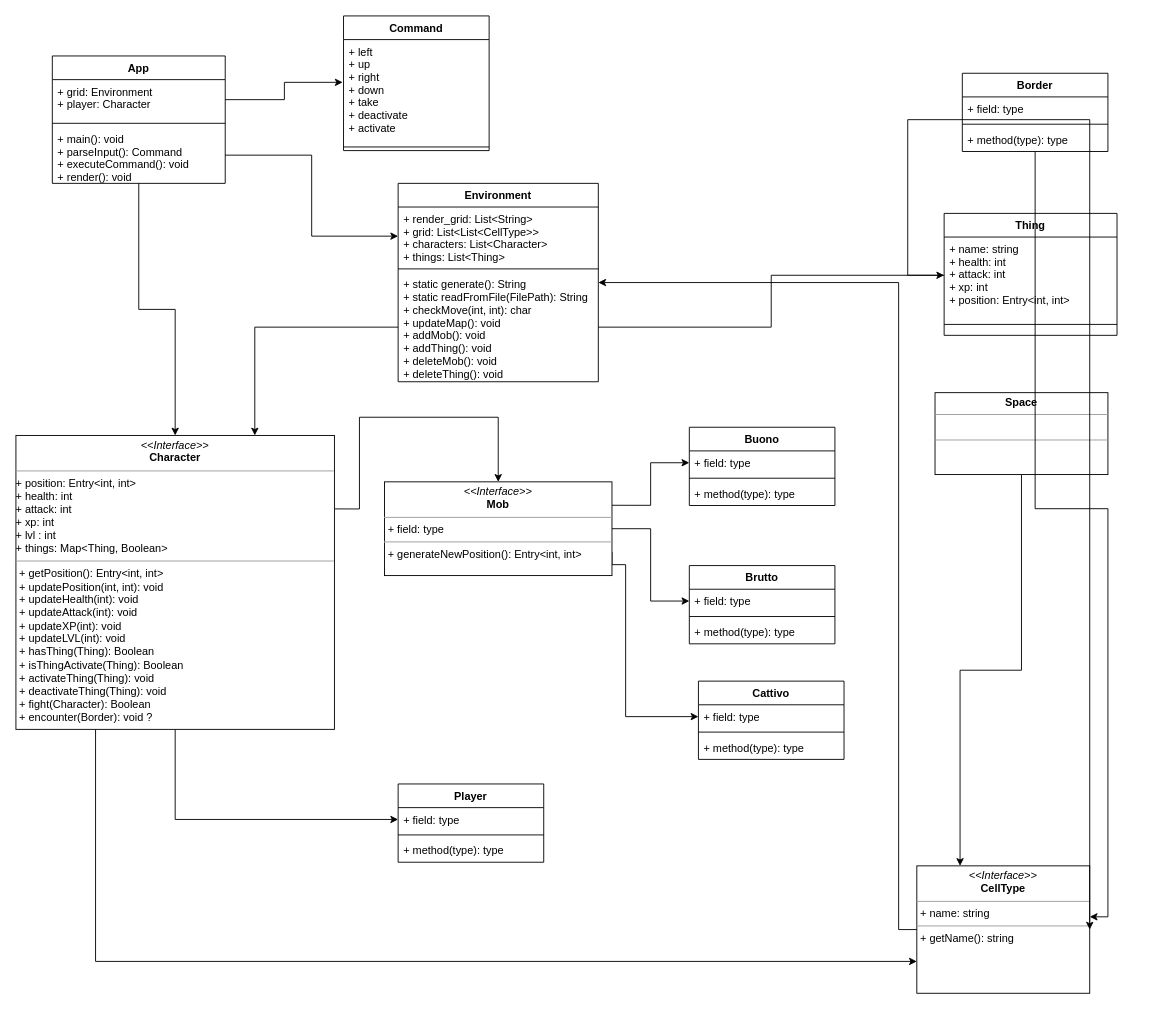
Earlier version of the draw.io diagram docs/src/classDiagram.drawio (RAF96/au-2019-Roguelike). Source tidied: cells renumbered, new cells numbered last; positions are measured from the earlier drawing's top-left corner, leaving out a move shared by most shapes. Both pictures are drawn from the tidied source at 91%, with x=0, y=0 at pixel (15, 15).
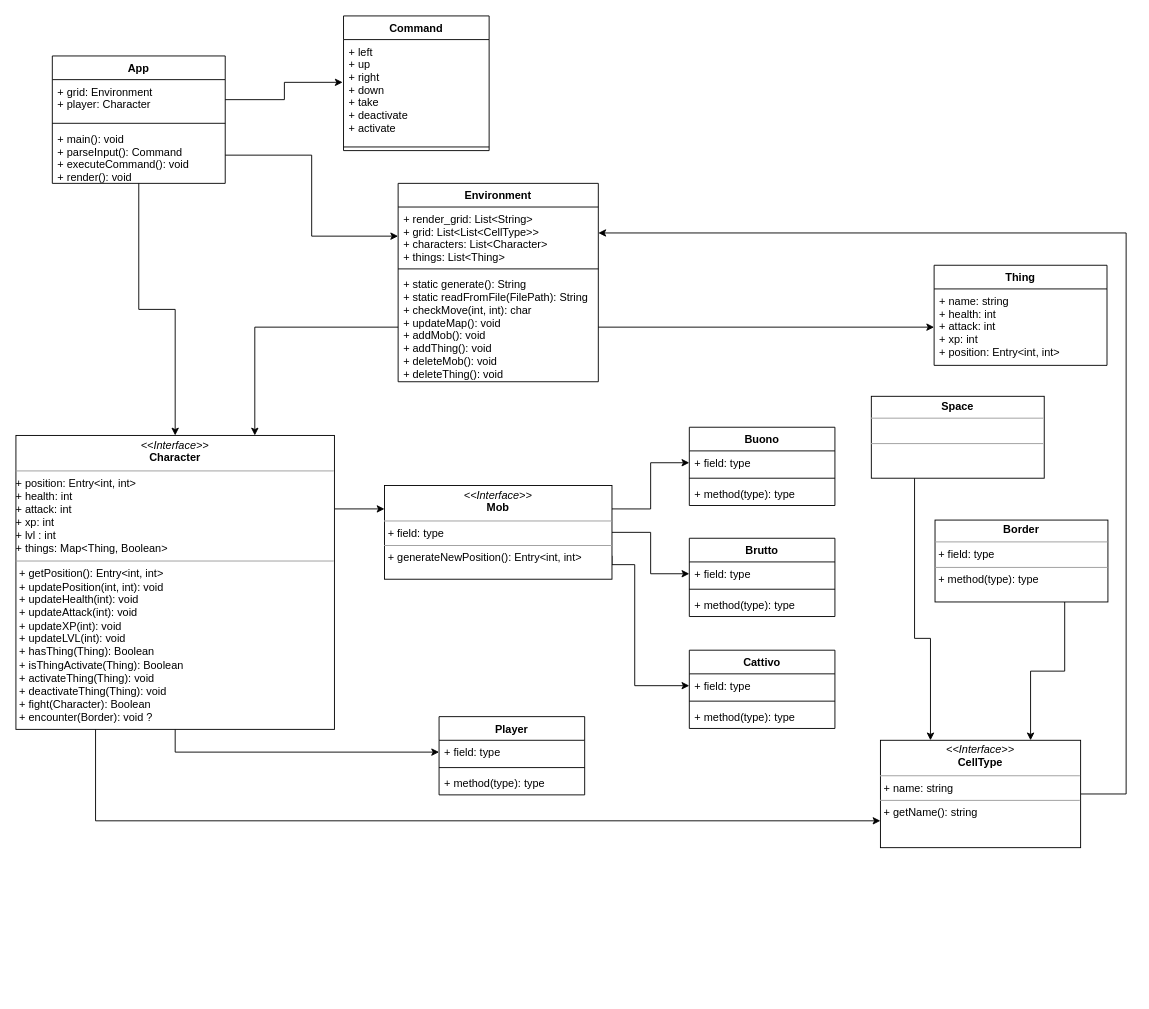
Above is the later version.

The change refers to these unchanged cells:
```xml
<mxCell id="11" value="Environment" style="swimlane;fontStyle=1;align=center;verticalAlign=top;horizontal=1;startSize=26;" parent="1" vertex="1">
  <mxGeometry x="420" y="184" width="220" height="218" as="geometry" />
</mxCell>
<mxCell id="14" value="+ static generate(): String&#10;+ static readFromFile(FilePath): String&#10;+ checkMove(int, int): char&#10;+ updateMap(): void&#10;+ addMob(): void&#10;+ addThing(): void&#10;+ deleteMob(): void&#10;+ deleteThing(): void&#10;" style="text;strokeColor=none;fillColor=none;align=left;verticalAlign=top;spacingLeft=4;spacingRight=4;overflow=hidden;points=[[0,0.5],[1,0.5]];portConstraint=eastwest;" parent="11" vertex="1">
  <mxGeometry y="98" width="220" height="120" as="geometry" />
</mxCell>
<mxCell id="18" value="&lt;p style=&quot;margin: 0px ; margin-top: 4px ; text-align: center&quot;&gt;&lt;i&gt;&amp;lt;&amp;lt;Interface&amp;gt;&amp;gt;&lt;/i&gt;&lt;br&gt;&lt;b&gt;Character&lt;/b&gt;&lt;/p&gt;&lt;hr size=&quot;1&quot;&gt;&lt;div&gt;+ position: Entry&amp;lt;int, int&amp;gt;&lt;/div&gt;&lt;div&gt;+ health: int&lt;/div&gt;&lt;div&gt;+ attack: int&lt;br&gt;&lt;/div&gt;&lt;div&gt;+ xp: int&lt;/div&gt;&lt;div&gt;+ lvl : int&lt;/div&gt;&lt;div&gt;+ things: Map&amp;lt;Thing, Boolean&amp;gt;&lt;/div&gt;&lt;hr size=&quot;1&quot;&gt;&lt;p style=&quot;margin: 0px ; margin-left: 4px&quot;&gt;+ getPosition(): Entry&amp;lt;int, int&amp;gt;&lt;br&gt;&lt;/p&gt;&lt;p style=&quot;margin: 0px ; margin-left: 4px&quot;&gt;+ updatePosition(int, int): void&lt;/p&gt;&lt;p style=&quot;margin: 0px ; margin-left: 4px&quot;&gt;+ updateHealth(int): void&lt;/p&gt;&lt;p style=&quot;margin: 0px ; margin-left: 4px&quot;&gt;+ updateAttack(int): void&lt;/p&gt;&lt;p style=&quot;margin: 0px ; margin-left: 4px&quot;&gt;+ updateXP(int): void&lt;/p&gt;&lt;p style=&quot;margin: 0px ; margin-left: 4px&quot;&gt;+ updateLVL(int): void&lt;/p&gt;&lt;p style=&quot;margin: 0px ; margin-left: 4px&quot;&gt;+ hasThing(Thing): Boolean&lt;/p&gt;&lt;p style=&quot;margin: 0px ; margin-left: 4px&quot;&gt;+ isThingActivate(Thing): Boolean&lt;/p&gt;&lt;p style=&quot;margin: 0px ; margin-left: 4px&quot;&gt;+ activateThing(Thing): void&lt;/p&gt;&lt;p style=&quot;margin: 0px ; margin-left: 4px&quot;&gt;+ deactivateThing(Thing): void&lt;br&gt;&lt;/p&gt;&lt;p style=&quot;margin: 0px ; margin-left: 4px&quot;&gt;+ fight(Character): Boolean&lt;br&gt;&lt;/p&gt;&lt;p style=&quot;margin: 0px ; margin-left: 4px&quot;&gt;+ encounter(Border): void ?&lt;/p&gt;&lt;p style=&quot;margin: 0px ; margin-left: 4px&quot;&gt;&lt;br&gt;&lt;/p&gt;" style="verticalAlign=top;align=left;overflow=fill;fontSize=12;fontFamily=Helvetica;html=1;" parent="1" vertex="1">
  <mxGeometry y="461" width="350" height="323" as="geometry" />
</mxCell>
<mxCell id="35" value="+ field: type" style="text;strokeColor=none;fillColor=none;align=left;verticalAlign=top;spacingLeft=4;spacingRight=4;overflow=hidden;points=[[0,0.5],[1,0.5]];portConstraint=eastwest;" parent="34" vertex="1">
  <mxGeometry y="26" width="160" height="26" as="geometry" />
</mxCell>
<mxCell id="41" value="+ name: string&#10;+ health: int&#10;+ attack: int&#10;+ xp: int&#10;+ position: Entry&lt;int, int&gt;" style="text;strokeColor=none;fillColor=none;align=left;verticalAlign=top;spacingLeft=4;spacingRight=4;overflow=hidden;points=[[0,0.5],[1,0.5]];portConstraint=eastwest;" parent="40" vertex="1">
  <mxGeometry y="26" width="190" height="84" as="geometry" />
</mxCell>
```

The edit, as a diff of the source:
```diff
@@
     <mxCell id="2" value="Player" style="swimlane;fontStyle=1;align=center;verticalAlign=top;horizontal=1;startSize=26;" parent="1" vertex="1">
-      <mxGeometry x="420" y="844" width="160" height="86" as="geometry" />
+      <mxGeometry x="465" y="770" width="160" height="86" as="geometry" />
     </mxCell>
@@
+    <mxCell id="17" style="edgeStyle=orthogonalEdgeStyle;rounded=0;jettySize=auto;html=1;exitX=0.25;exitY=1;exitDx=0;exitDy=0;entryX=0;entryY=0.75;entryDx=0;entryDy=0;" parent="1" edge="1" source="18" target="48">
+      <mxGeometry relative="1" as="geometry" />
+    </mxCell>
-    <mxCell id="16" style="edgeStyle=orthogonalEdgeStyle;rounded=0;jettySize=auto;html=1;exitX=1;exitY=0.25;exitDx=0;exitDy=0;entryX=0.5;entryY=0;entryDx=0;entryDy=0;" parent="1" edge="1" source="18" target="25">
+    <mxCell id="16" style="edgeStyle=orthogonalEdgeStyle;rounded=0;jettySize=auto;html=1;exitX=1;exitY=0.25;exitDx=0;exitDy=0;entryX=0;entryY=0.25;entryDx=0;entryDy=0;" parent="1" edge="1" source="18" target="25">
       <mxGeometry relative="1" as="geometry" />
     </mxCell>
-    <mxCell id="17" style="edgeStyle=orthogonalEdgeStyle;rounded=0;jettySize=auto;html=1;exitX=0.25;exitY=1;exitDx=0;exitDy=0;entryX=0;entryY=0.75;entryDx=0;entryDy=0;" parent="1" edge="1" source="18" target="48">
-      <mxGeometry relative="1" as="geometry" />
-    </mxCell>
@@
     <mxCell id="24" style="edgeStyle=orthogonalEdgeStyle;rounded=0;jettySize=auto;html=1;exitX=1;exitY=0.75;exitDx=0;exitDy=0;entryX=0;entryY=0.5;entryDx=0;entryDy=0;" parent="1" edge="1" source="25" target="35">
       <mxGeometry relative="1" as="geometry">
         <Array as="points">
           <mxPoint x="655" y="603" />
-          <mxPoint x="670" y="603" />
-          <mxPoint x="670" y="770" />
+          <mxPoint x="680" y="603" />
+          <mxPoint x="680" y="736" />
         </Array>
       </mxGeometry>
     </mxCell>
     <mxCell id="25" value="&lt;p style=&quot;margin: 0px ; margin-top: 4px ; text-align: center&quot;&gt;&lt;i&gt;&amp;lt;&amp;lt;Interface&amp;gt;&amp;gt;&lt;/i&gt;&lt;br&gt;&lt;b&gt;Mob&lt;/b&gt;&lt;/p&gt;&lt;hr size=&quot;1&quot;&gt;&lt;p style=&quot;margin: 0px ; margin-left: 4px&quot;&gt;+ field: type&lt;br&gt;&lt;/p&gt;&lt;hr size=&quot;1&quot;&gt;&lt;p style=&quot;margin: 0px ; margin-left: 4px&quot;&gt;+ generateNewPosition(): Entry&amp;lt;int, int&amp;gt;&lt;/p&gt;" style="verticalAlign=top;align=left;overflow=fill;fontSize=12;fontFamily=Helvetica;html=1;" parent="1" vertex="1">
-      <mxGeometry x="405" y="512" width="250" height="103" as="geometry" />
+      <mxGeometry x="405" y="516" width="250" height="103" as="geometry" />
     </mxCell>
@@
     <mxCell id="30" value="Brutto" style="swimlane;fontStyle=1;align=center;verticalAlign=top;horizontal=1;startSize=26;" parent="1" vertex="1">
-      <mxGeometry x="740" y="604" width="160" height="86" as="geometry" />
+      <mxGeometry x="740" y="574" width="160" height="86" as="geometry" />
     </mxCell>
@@
     <mxCell id="34" value="Cattivo" style="swimlane;fontStyle=1;align=center;verticalAlign=top;horizontal=1;startSize=26;" parent="1" vertex="1">
-      <mxGeometry x="750" y="731" width="160" height="86" as="geometry" />
+      <mxGeometry x="740" y="697" width="160" height="86" as="geometry" />
     </mxCell>
@@
     <mxCell id="40" value="Thing" style="swimlane;fontStyle=1;align=center;verticalAlign=top;horizontal=1;startSize=26;" parent="1" vertex="1">
-      <mxGeometry x="1020" y="217" width="190" height="134" as="geometry" />
+      <mxGeometry x="1009" y="274" width="190" height="110" as="geometry" />
     </mxCell>
@@
     <mxCell id="42" style="line;strokeWidth=1;fillColor=none;align=left;verticalAlign=middle;spacingTop=-1;spacingLeft=3;spacingRight=3;labelPosition=right;" parent="40" vertex="1">
-      <mxGeometry y="110" width="190" height="24" as="geometry" />
+      <mxGeometry y="110" width="190" as="geometry" />
     </mxCell>
-    <mxCell id="43" style="edgeStyle=orthogonalEdgeStyle;rounded=0;jettySize=auto;html=1;entryX=0.25;entryY=0;entryDx=0;entryDy=0;" parent="1" edge="1" source="44" target="48">
-      <mxGeometry relative="1" as="geometry" />
+    <mxCell id="43" style="edgeStyle=orthogonalEdgeStyle;rounded=0;jettySize=auto;html=1;exitX=0.25;exitY=1;exitDx=0;exitDy=0;entryX=0.25;entryY=0;entryDx=0;entryDy=0;" parent="1" edge="1" source="44" target="48">
+      <mxGeometry relative="1" as="geometry">
+        <Array as="points">
+          <mxPoint x="988" y="684" />
+          <mxPoint x="1005" y="684" />
+        </Array>
+      </mxGeometry>
     </mxCell>
     <mxCell id="44" value="&lt;p style=&quot;margin: 0px ; margin-top: 4px ; text-align: center&quot;&gt;&lt;b&gt;Space&lt;/b&gt;&lt;/p&gt;&lt;hr size=&quot;1&quot;&gt;&lt;p style=&quot;margin: 0px ; margin-left: 4px&quot;&gt;&lt;br&gt;&lt;/p&gt;&lt;hr size=&quot;1&quot;&gt;&lt;p style=&quot;margin: 0px ; margin-left: 4px&quot;&gt;&lt;br&gt;&lt;/p&gt;" style="verticalAlign=top;align=left;overflow=fill;fontSize=12;fontFamily=Helvetica;html=1;" parent="1" vertex="1">
-      <mxGeometry x="1010" y="414" width="190" height="90" as="geometry" />
+      <mxGeometry x="940" y="418" width="190" height="90" as="geometry" />
     </mxCell>
@@
-    <mxCell id="46" style="edgeStyle=orthogonalEdgeStyle;rounded=0;jettySize=auto;html=1;exitX=1;exitY=0.5;exitDx=0;exitDy=0;entryX=0;entryY=0.5;entryDx=0;entryDy=0;" parent="1" edge="1" source="14" target="41">
-      <mxGeometry relative="1" as="geometry" />
-    </mxCell>
-    <mxCell id="47" style="edgeStyle=orthogonalEdgeStyle;rounded=0;jettySize=auto;html=1;" parent="1" edge="1" source="48" target="11">
+    <mxCell id="47" style="edgeStyle=orthogonalEdgeStyle;rounded=0;jettySize=auto;html=1;exitX=1;exitY=0.5;exitDx=0;exitDy=0;entryX=1;entryY=0.25;entryDx=0;entryDy=0;" parent="1" edge="1" source="48" target="11">
       <mxGeometry relative="1" as="geometry">
         <Array as="points">
-          <mxPoint x="970" y="1004" />
-          <mxPoint x="970" y="293" />
+          <mxPoint x="1220" y="855" />
+          <mxPoint x="1220" y="239" />
         </Array>
       </mxGeometry>
     </mxCell>
     <mxCell id="48" value="&lt;p style=&quot;margin: 0px ; margin-top: 4px ; text-align: center&quot;&gt;&lt;i&gt;&amp;lt;&amp;lt;Interface&amp;gt;&amp;gt;&lt;/i&gt;&lt;br&gt;&lt;b&gt;CellType&lt;/b&gt;&lt;/p&gt;&lt;hr size=&quot;1&quot;&gt;&lt;p style=&quot;margin: 0px ; margin-left: 4px&quot;&gt;+ name: string&lt;/p&gt;&lt;hr size=&quot;1&quot;&gt;&lt;p style=&quot;margin: 0px ; margin-left: 4px&quot;&gt;+ getName(): string&lt;/p&gt;" style="verticalAlign=top;align=left;overflow=fill;fontSize=12;fontFamily=Helvetica;html=1;" parent="1" vertex="1">
-      <mxGeometry x="990" y="934" width="190" height="140" as="geometry" />
+      <mxGeometry x="950" y="796" width="220" height="118" as="geometry" />
     </mxCell>
-    <mxCell id="49" style="edgeStyle=orthogonalEdgeStyle;rounded=0;jettySize=auto;html=1;entryX=1;entryY=0.5;entryDx=0;entryDy=0;" parent="1" edge="1" source="41" target="48">
-      <mxGeometry relative="1" as="geometry">
-        <Array as="points">
-          <mxPoint x="980" y="285" />
-          <mxPoint x="980" y="114" />
-        </Array>
-      </mxGeometry>
-    </mxCell>
-    <mxCell id="50" style="edgeStyle=orthogonalEdgeStyle;rounded=0;jettySize=auto;html=1;entryX=1;entryY=0.4;entryDx=0;entryDy=0;entryPerimeter=0;" parent="1" edge="1" source="51" target="48">
-      <mxGeometry relative="1" as="geometry" />
-    </mxCell>
-    <mxCell id="51" value="Border" style="swimlane;fontStyle=1;align=center;verticalAlign=top;horizontal=1;startSize=26;" parent="1" vertex="1">
-      <mxGeometry x="1040" y="63" width="160" height="86" as="geometry" />
-    </mxCell>
-    <mxCell id="52" value="+ field: type" style="text;strokeColor=none;fillColor=none;align=left;verticalAlign=top;spacingLeft=4;spacingRight=4;overflow=hidden;" parent="51" vertex="1">
-      <mxGeometry y="26" width="160" height="26" as="geometry" />
-    </mxCell>
-    <mxCell id="53" style="line;strokeWidth=1;fillColor=none;align=left;verticalAlign=middle;spacingTop=-1;spacingLeft=3;spacingRight=3;labelPosition=right;" parent="51" vertex="1">
-      <mxGeometry y="52" width="160" height="8" as="geometry" />
-    </mxCell>
-    <mxCell id="54" value="+ method(type): type" style="text;strokeColor=none;fillColor=none;align=left;verticalAlign=top;spacingLeft=4;spacingRight=4;overflow=hidden;" parent="51" vertex="1">
-      <mxGeometry y="60" width="160" height="26" as="geometry" />
-    </mxCell>
+    <mxCell id="55" style="edgeStyle=orthogonalEdgeStyle;rounded=0;jettySize=auto;html=1;exitX=0.75;exitY=1;exitDx=0;exitDy=0;entryX=0.75;entryY=0;entryDx=0;entryDy=0;" parent="1" edge="1" source="56" target="48">
+      <mxGeometry relative="1" as="geometry" />
+    </mxCell>
+    <mxCell id="56" value="&lt;p style=&quot;margin: 0px ; margin-top: 4px ; text-align: center&quot;&gt;&lt;b&gt;Border&lt;/b&gt;&lt;/p&gt;&lt;hr size=&quot;1&quot;&gt;&lt;p style=&quot;margin: 0px ; margin-left: 4px&quot;&gt;+ field: type&lt;/p&gt;&lt;hr size=&quot;1&quot;&gt;&lt;p style=&quot;margin: 0px ; margin-left: 4px&quot;&gt;+ method(type): type&lt;/p&gt;" style="verticalAlign=top;align=left;overflow=fill;fontSize=12;fontFamily=Helvetica;html=1;" parent="1" vertex="1">
+      <mxGeometry x="1010" y="554" width="190" height="90" as="geometry" />
+    </mxCell>
+    <mxCell id="46" style="edgeStyle=orthogonalEdgeStyle;rounded=0;jettySize=auto;html=1;exitX=1;exitY=0.5;exitDx=0;exitDy=0;entryX=0;entryY=0.5;entryDx=0;entryDy=0;" parent="1" edge="1" source="14" target="41">
+      <mxGeometry relative="1" as="geometry" />
+    </mxCell>
```
